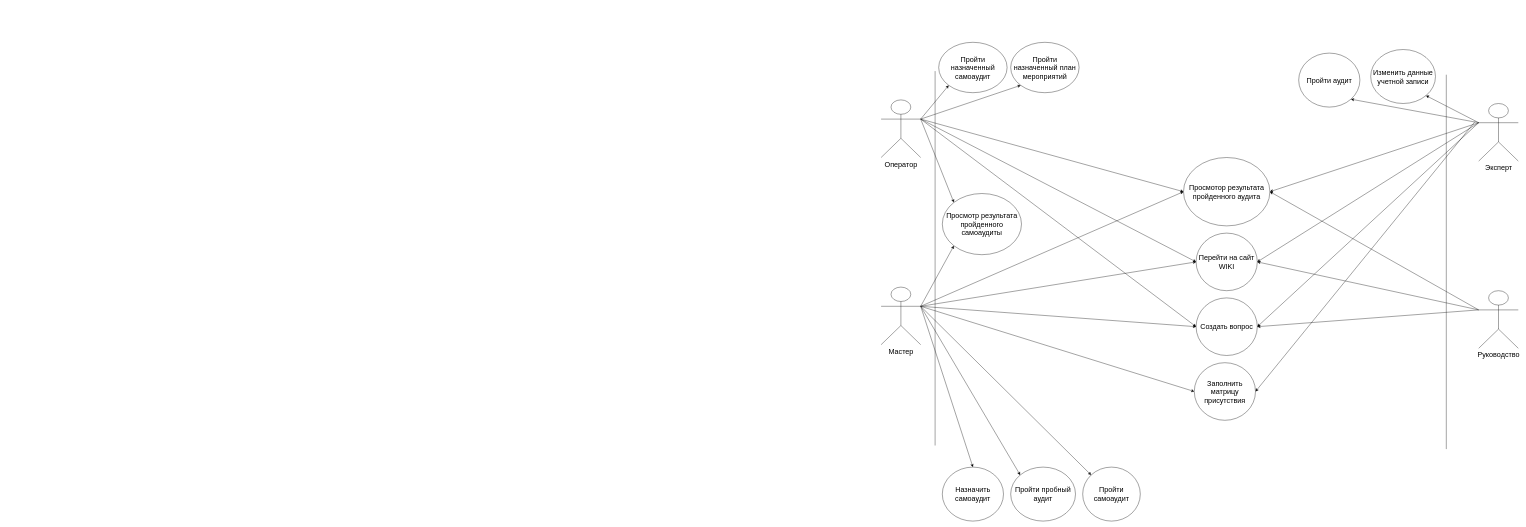
Earlier version of the draw.io diagram page "USE_CASE" (1 of 13) of Диплом.drawio (Vlad-Efremovv/kursach). Source tidied: cells renumbered, new cells numbered last; positions are measured from the earlier drawing's top-left corner, leaving out a move shared by most shapes. Both pictures are drawn from the tidied source at 36%, with x=0, y=0 at pixel (881, 42).
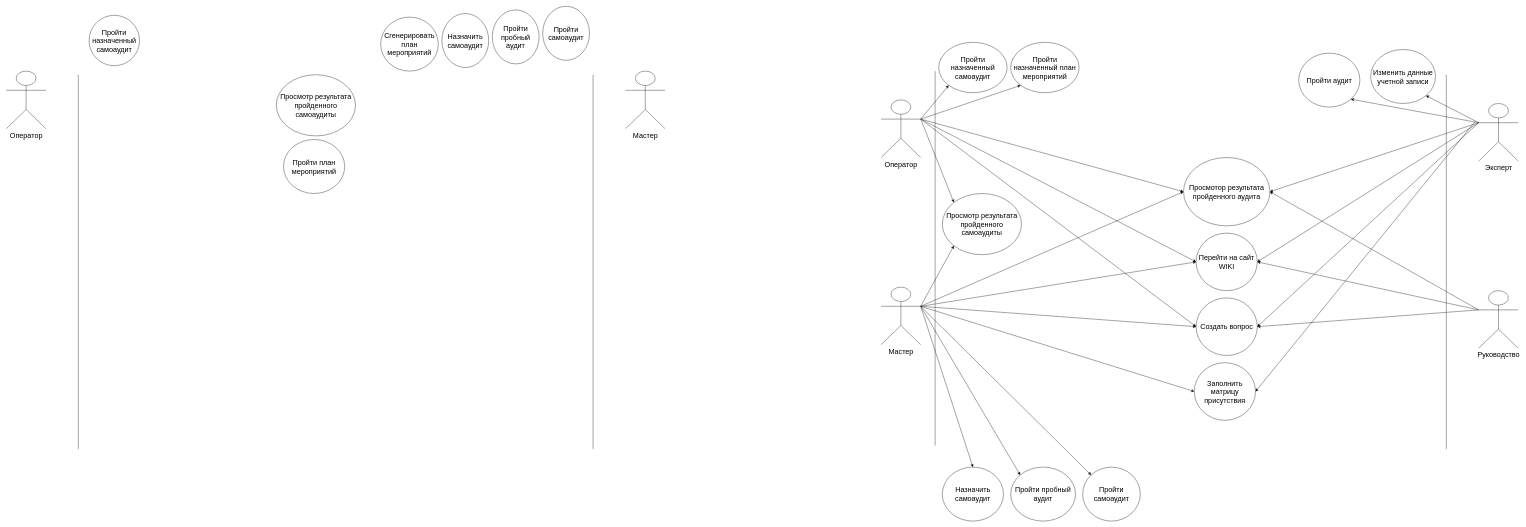
The same diagram, later.

What changed in the source:
```diff
@@
+    <mxCell id="43" value="&lt;font style=&quot;font-size: 20px;&quot;&gt;Оператор&lt;/font&gt;" style="shape=umlActor;verticalLabelPosition=bottom;verticalAlign=top;html=1;" parent="1" vertex="1">
+      <mxGeometry x="-2430" y="80" width="110" height="160" as="geometry" />
+    </mxCell>
+    <mxCell id="44" style="endArrow=none;html=1;rounded=0;" parent="1" edge="1">
+      <mxGeometry relative="1" as="geometry">
+        <mxPoint x="-2230" y="1130" as="sourcePoint" />
+        <mxPoint x="-2230" y="90" as="targetPoint" />
+      </mxGeometry>
+    </mxCell>
+    <mxCell id="45" style="endArrow=none;html=1;rounded=0;" parent="1" edge="1">
+      <mxGeometry relative="1" as="geometry">
+        <mxPoint x="-800" y="1130" as="sourcePoint" />
+        <mxPoint x="-800" y="90" as="targetPoint" />
+      </mxGeometry>
+    </mxCell>
+    <mxCell id="46" value="&lt;font style=&quot;font-size: 20px;&quot;&gt;Мастер&lt;/font&gt;&lt;div&gt;&lt;font style=&quot;font-size: 20px;&quot;&gt;&lt;br&gt;&lt;/font&gt;&lt;/div&gt;" style="shape=umlActor;verticalLabelPosition=bottom;verticalAlign=top;html=1;" parent="1" vertex="1">
+      <mxGeometry x="-710" y="80" width="110" height="160" as="geometry" />
+    </mxCell>
+    <mxCell id="47" value="Пройти назначенный самоаудит" style="ellipse;whiteSpace=wrap;html=1;fontSize=20;" parent="1" vertex="1">
+      <mxGeometry x="-2200" y="-75" width="140" height="140" as="geometry" />
+    </mxCell>
+    <mxCell id="48" value="Просмотр результата пройденного самоаудиты" style="ellipse;whiteSpace=wrap;html=1;fontSize=20;" parent="1" vertex="1">
+      <mxGeometry x="-1680" y="90" width="220" height="170" as="geometry" />
+    </mxCell>
+    <mxCell id="49" value="Пройти пробный аудит" style="ellipse;whiteSpace=wrap;html=1;fontSize=20;" parent="1" vertex="1">
+      <mxGeometry x="-1080" y="-90" width="130" height="150" as="geometry" />
+    </mxCell>
+    <mxCell id="50" value="Пройти самоаудит" style="ellipse;whiteSpace=wrap;html=1;fontSize=20;" parent="1" vertex="1">
+      <mxGeometry x="-940" y="-100" width="130" height="150" as="geometry" />
+    </mxCell>
+    <mxCell id="51" value="Назначить самоаудит" style="ellipse;whiteSpace=wrap;html=1;fontSize=20;" parent="1" vertex="1">
+      <mxGeometry x="-1220" y="-80" width="130" height="150" as="geometry" />
+    </mxCell>
+    <mxCell id="52" value="Пройти план мероприятий" style="ellipse;whiteSpace=wrap;html=1;fontSize=20;" parent="1" vertex="1">
+      <mxGeometry x="-1660" y="270" width="170" height="150" as="geometry" />
+    </mxCell>
+    <mxCell id="53" value="Сгенерировать план мероприятий" style="ellipse;whiteSpace=wrap;html=1;fontSize=20;" parent="1" vertex="1">
+      <mxGeometry x="-1390" y="-70" width="160" height="150" as="geometry" />
+    </mxCell>
```
